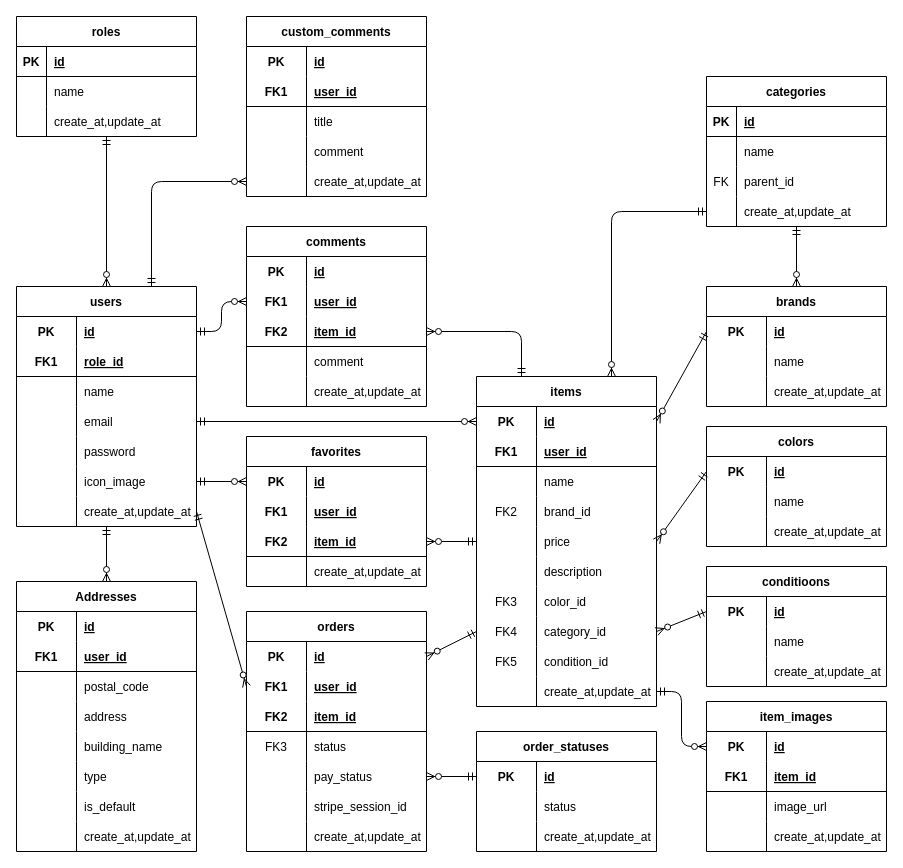
Above: er.drawio in fujico23/coachtech-flea-market-app (draw.io), before the change. Source tidied: cells renumbered, new cells numbered last; positions are measured from the earlier drawing's top-left corner, leaving out a move shared by most shapes. Both pictures are drawn from the tidied source at 100%, with x=0, y=0 at pixel (16, 16).
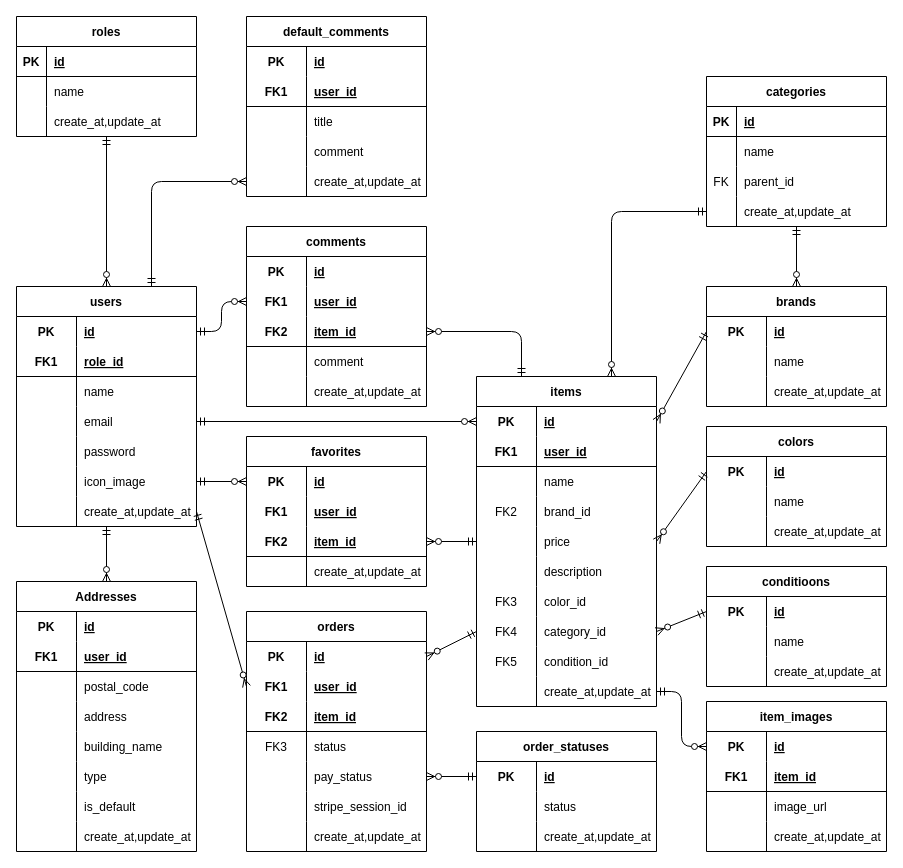
The same page after the edit.

The edit, as a diff of the source:
```diff
@@
-    <mxCell id="222" value="custom_comments" style="shape=table;startSize=30;childLayout=tableLayout;rowLines=0;fontStyle=1;align=center;" parent="1" vertex="1">
+    <mxCell id="222" value="default_comments" style="shape=table;startSize=30;childLayout=tableLayout;rowLines=0;fontStyle=1;align=center;" parent="1" vertex="1">
       <mxGeometry x="230" width="180" height="180" as="geometry" />
     </mxCell>
```
